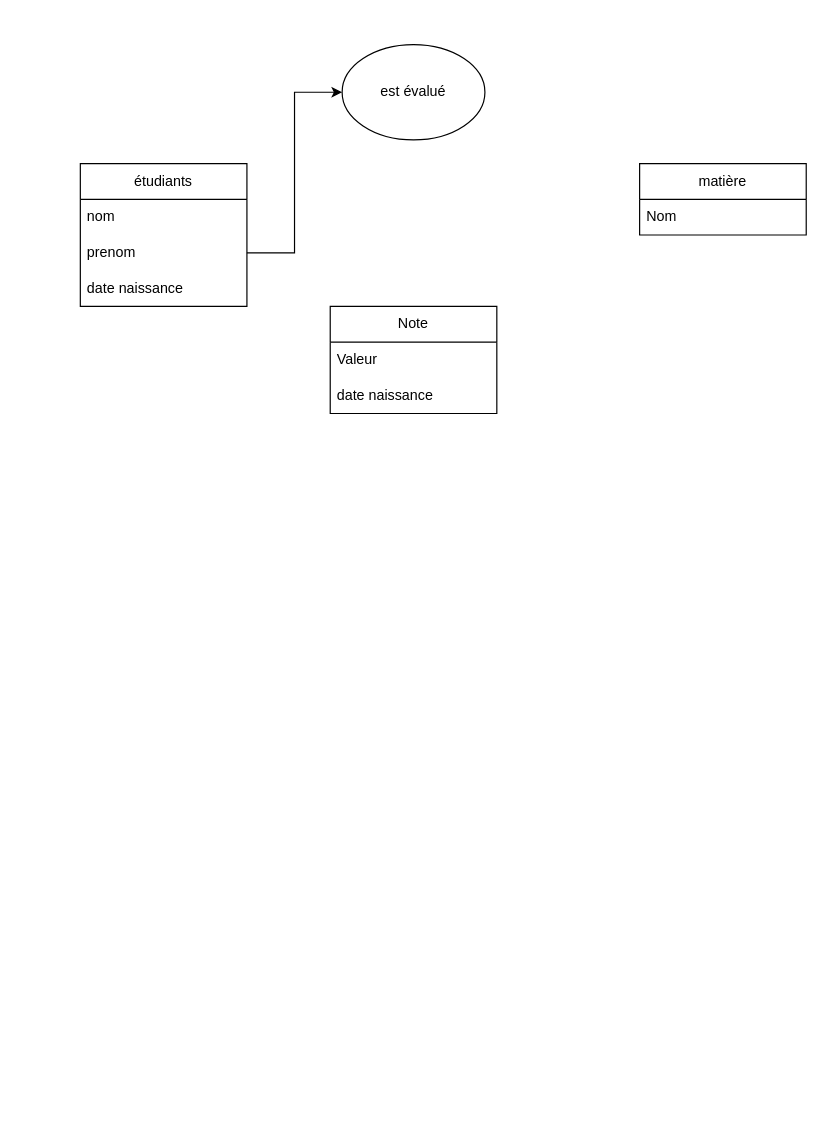
Valbrqd/Base-de-donn-es keeps this draw.io diagram as Untitled Diagram.drawio. Above is the earlier version. Source tidied: cells renumbered, new cells numbered last; positions are measured from the earlier drawing's top-left corner, leaving out a move shared by most shapes. Both pictures are drawn from the tidied source at 119%, with x=0, y=0 at pixel (80, 44).
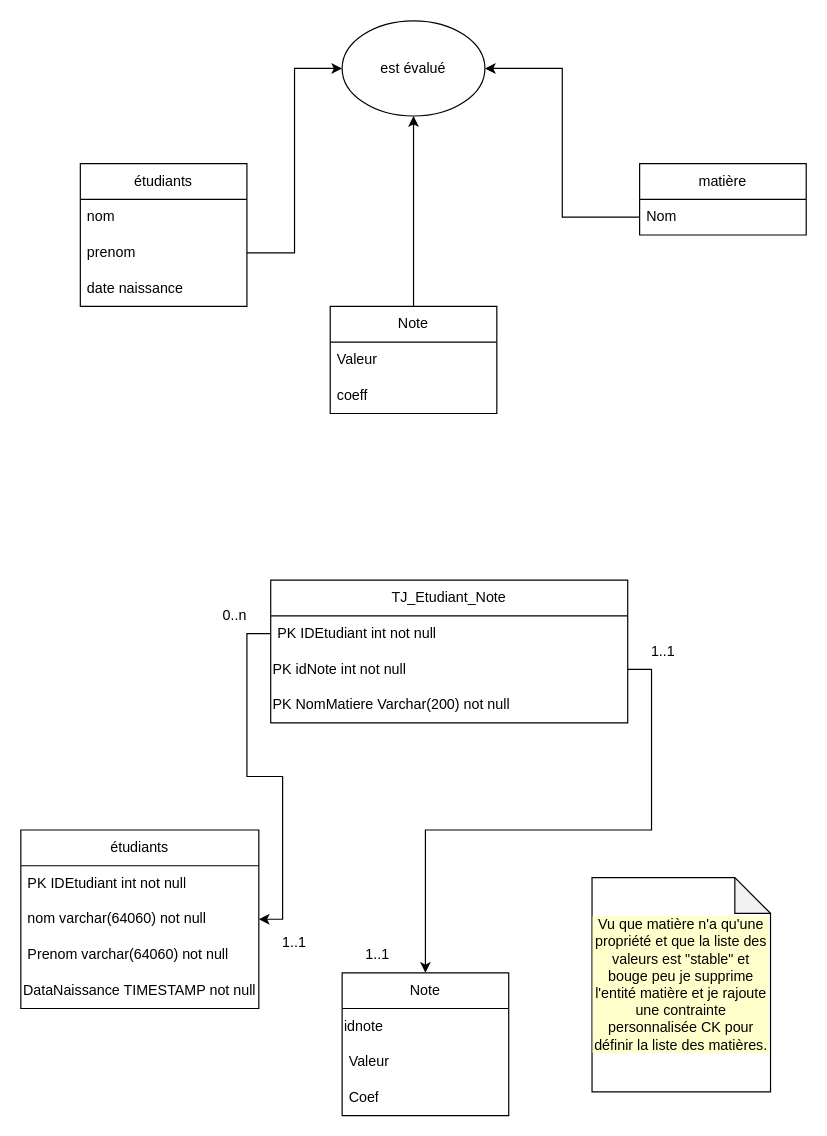
The same diagram, later.

Commit message:
Carnet de notes

The change refers to these unchanged cells:
```xml
<mxCell id="7" value="Note" style="swimlane;fontStyle=0;horizontal=1;startSize=30;whiteSpace=wrap;html=1;" parent="1" vertex="1">
  <mxGeometry x="210" y="220" width="140" height="90" as="geometry" />
</mxCell>
<mxCell id="11" value="Nom" style="text;strokeColor=none;fillColor=none;align=left;verticalAlign=middle;spacingLeft=4;spacingRight=4;overflow=hidden;points=[[0,0.5],[1,0.5]];portConstraint=eastwest;whiteSpace=wrap;html=1;" parent="10" vertex="1">
  <mxGeometry y="30" width="140" height="30" as="geometry" />
</mxCell>
```

Diff of the diagram source:
```diff
@@
     <mxCell id="6" value="est évalué" style="ellipse;whiteSpace=wrap;html=1;" parent="1" vertex="1">
-      <mxGeometry x="220" width="120" height="80" as="geometry" />
+      <mxGeometry x="220" y="-20" width="120" height="80" as="geometry" />
     </mxCell>
+    <mxCell id="13" style="edgeStyle=orthogonalEdgeStyle;rounded=0;jettySize=auto;html=1;exitX=0.5;exitY=0;exitDx=0;exitDy=0;entryX=0.5;entryY=1;entryDx=0;entryDy=0;" parent="1" edge="1" source="7" target="6">
+      <mxGeometry relative="1" as="geometry" />
+    </mxCell>
@@
-    <mxCell id="9" value="date naissance" style="text;strokeColor=none;fillColor=none;align=left;verticalAlign=middle;spacingLeft=4;spacingRight=4;overflow=hidden;whiteSpace=wrap;html=1;" parent="7" vertex="1">
+    <mxCell id="9" value="coeff" style="text;strokeColor=none;fillColor=none;align=left;verticalAlign=middle;spacingLeft=4;spacingRight=4;overflow=hidden;whiteSpace=wrap;html=1;" parent="7" vertex="1">
       <mxGeometry y="60" width="140" height="30" as="geometry" />
     </mxCell>
@@
+    <mxCell id="14" style="edgeStyle=orthogonalEdgeStyle;rounded=0;jettySize=auto;html=1;exitX=0;exitY=0.5;exitDx=0;exitDy=0;entryX=1;entryY=0.5;entryDx=0;entryDy=0;" parent="1" edge="1" source="11" target="6">
+      <mxGeometry relative="1" as="geometry" />
+    </mxCell>
+    <mxCell id="15" value="étudiants" style="swimlane;fontStyle=0;horizontal=1;startSize=30;whiteSpace=wrap;html=1;" parent="1" vertex="1">
+      <mxGeometry x="-50" y="660" width="200" height="150" as="geometry" />
+    </mxCell>
+    <mxCell id="16" value="PK IDEtudiant int not null" style="text;strokeColor=none;fillColor=none;align=left;verticalAlign=middle;spacingLeft=4;spacingRight=4;overflow=hidden;whiteSpace=wrap;html=1;" parent="15" vertex="1">
+      <mxGeometry y="30" width="200" height="30" as="geometry" />
+    </mxCell>
+    <mxCell id="17" value="nom varchar(64060) not null" style="text;strokeColor=none;fillColor=none;align=left;verticalAlign=middle;spacingLeft=4;spacingRight=4;overflow=hidden;points=[[0,0.5],[1,0.5]];portConstraint=eastwest;whiteSpace=wrap;html=1;" parent="15" vertex="1">
+      <mxGeometry y="60" width="200" height="30" as="geometry" />
+    </mxCell>
+    <mxCell id="18" value="Prenom varchar(64060) not null" style="text;strokeColor=none;fillColor=none;align=left;verticalAlign=middle;spacingLeft=4;spacingRight=4;overflow=hidden;whiteSpace=wrap;html=1;" parent="15" vertex="1">
+      <mxGeometry y="90" width="200" height="30" as="geometry" />
+    </mxCell>
+    <mxCell id="19" value="DataNaissance TIMESTAMP not null" style="text;html=1;strokeColor=none;fillColor=none;align=center;verticalAlign=middle;whiteSpace=wrap;rounded=0;" parent="15" vertex="1">
+      <mxGeometry y="120" width="200" height="30" as="geometry" />
+    </mxCell>
+    <mxCell id="20" value="Note" style="swimlane;fontStyle=0;horizontal=1;startSize=30;whiteSpace=wrap;html=1;" parent="1" vertex="1">
+      <mxGeometry x="220" y="780" width="140" height="120" as="geometry" />
+    </mxCell>
+    <mxCell id="21" value="&lt;div style=&quot;&quot;&gt;&lt;span style=&quot;background-color: initial;&quot;&gt;idnote&lt;/span&gt;&lt;/div&gt;" style="text;html=1;strokeColor=none;fillColor=none;align=left;verticalAlign=middle;whiteSpace=wrap;rounded=0;" parent="20" vertex="1">
+      <mxGeometry y="30" width="140" height="30" as="geometry" />
+    </mxCell>
+    <mxCell id="22" value="Valeur" style="text;strokeColor=none;fillColor=none;align=left;verticalAlign=middle;spacingLeft=4;spacingRight=4;overflow=hidden;whiteSpace=wrap;html=1;" parent="20" vertex="1">
+      <mxGeometry y="60" width="140" height="30" as="geometry" />
+    </mxCell>
+    <mxCell id="23" value="Coef" style="text;strokeColor=none;fillColor=none;align=left;verticalAlign=middle;spacingLeft=4;spacingRight=4;overflow=hidden;whiteSpace=wrap;html=1;" parent="20" vertex="1">
+      <mxGeometry y="90" width="140" height="30" as="geometry" />
+    </mxCell>
+    <mxCell id="24" value="TJ_Etudiant_Note" style="swimlane;fontStyle=0;horizontal=1;startSize=30;whiteSpace=wrap;html=1;align=center;" parent="1" vertex="1">
+      <mxGeometry x="160" y="450" width="300" height="120" as="geometry" />
+    </mxCell>
+    <mxCell id="25" value="PK IDEtudiant int not null" style="text;strokeColor=none;fillColor=none;align=left;verticalAlign=middle;spacingLeft=4;spacingRight=4;overflow=hidden;points=[[0,0.5],[1,0.5]];portConstraint=eastwest;whiteSpace=wrap;html=1;" parent="24" vertex="1">
+      <mxGeometry y="30" width="300" height="30" as="geometry" />
+    </mxCell>
+    <mxCell id="26" value="PK idNote int not null" style="text;html=1;strokeColor=none;fillColor=none;align=left;verticalAlign=middle;whiteSpace=wrap;rounded=0;" parent="24" vertex="1">
+      <mxGeometry y="60" width="300" height="30" as="geometry" />
+    </mxCell>
+    <mxCell id="27" value="PK NomMatiere Varchar(200) not null" style="text;html=1;strokeColor=none;fillColor=none;align=left;verticalAlign=middle;whiteSpace=wrap;rounded=0;" parent="24" vertex="1">
+      <mxGeometry y="90" width="300" height="30" as="geometry" />
+    </mxCell>
+    <mxCell id="28" style="edgeStyle=orthogonalEdgeStyle;rounded=0;jettySize=auto;html=1;exitX=1;exitY=0.5;exitDx=0;exitDy=0;entryX=0.5;entryY=0;entryDx=0;entryDy=0;" parent="1" edge="1" source="26" target="20">
+      <mxGeometry relative="1" as="geometry" />
+    </mxCell>
+    <mxCell id="29" value="Vu que matière n'a qu'une propriété et que la liste des valeurs est &quot;stable&quot; et bouge peu je supprime l'entité matière et je rajoute une contrainte personnalisée CK pour définir la liste des matières." style="shape=note;whiteSpace=wrap;html=1;backgroundOutline=1;darkOpacity=0.05;fontColor=#000000;labelBackgroundColor=#FFFFCC;" parent="1" vertex="1">
+      <mxGeometry x="430" y="700" width="150" height="180" as="geometry" />
+    </mxCell>
+    <mxCell id="30" value="1..1" style="text;html=1;strokeColor=none;fillColor=none;align=center;verticalAlign=middle;whiteSpace=wrap;rounded=0;fontColor=#000000;" parent="1" vertex="1">
+      <mxGeometry x="220" y="750" width="60" height="30" as="geometry" />
+    </mxCell>
+    <mxCell id="31" value="1..1" style="text;html=1;strokeColor=none;fillColor=none;align=center;verticalAlign=middle;whiteSpace=wrap;rounded=0;fontColor=#000000;" parent="1" vertex="1">
+      <mxGeometry x="150" y="740" width="60" height="30" as="geometry" />
+    </mxCell>
+    <mxCell id="32" style="edgeStyle=orthogonalEdgeStyle;rounded=0;jettySize=auto;html=1;exitX=0;exitY=0.5;exitDx=0;exitDy=0;entryX=1;entryY=0.5;entryDx=0;entryDy=0;fontColor=#000000;" parent="1" edge="1" source="25" target="17">
+      <mxGeometry relative="1" as="geometry" />
+    </mxCell>
+    <mxCell id="33" value="1..1" style="text;html=1;strokeColor=none;fillColor=none;align=center;verticalAlign=middle;whiteSpace=wrap;rounded=0;fontColor=#000000;" parent="1" vertex="1">
+      <mxGeometry x="460" y="495" width="60" height="30" as="geometry" />
+    </mxCell>
+    <mxCell id="34" value="0..n" style="text;html=1;strokeColor=none;fillColor=none;align=center;verticalAlign=middle;whiteSpace=wrap;rounded=0;fontColor=#000000;" parent="1" vertex="1">
+      <mxGeometry x="100" y="465" width="60" height="30" as="geometry" />
+    </mxCell>
```
